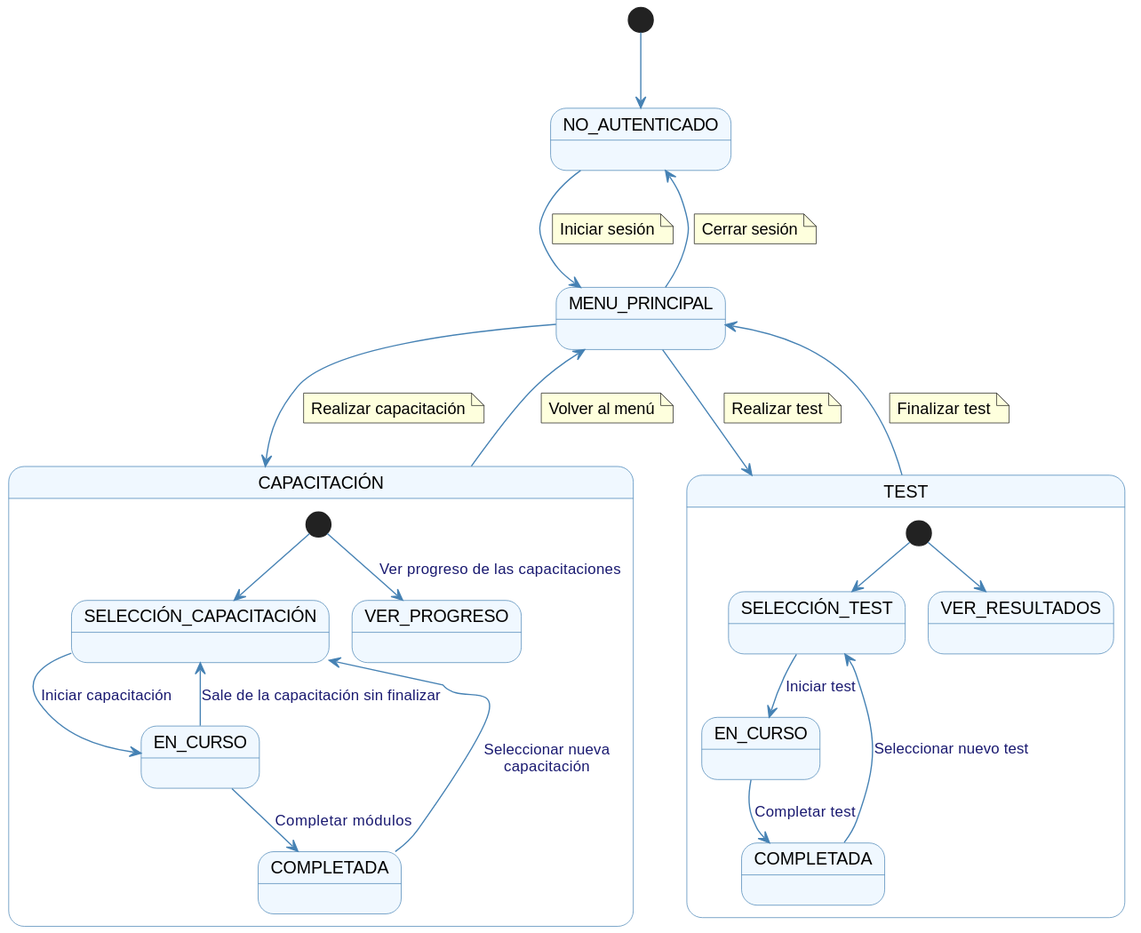
Above: documentos/imagenes/casos_de_uso/diagramas_contexto/diagrama_contexto_postulante.svg in Dievex/24-25-IdSw1-SDR (PlantUML), before the change. Its diagram source:
```plantuml
@startuml
skinparam {
    StateFontSize 14
    StateFontColor black
    StateBackgroundColor #f0f8ff
    StateBorderColor #4682b4
    ArrowColor #4682b4
    ArrowFontColor #191970
    ArrowFontSize 12
}

state "NO_AUTENTICADO" as NoAuth
state "MENU_PRINCIPAL" as Menu

state "CAPACITACIÓN" as Capacitacion {
    state "SELECCIÓN_CAPACITACIÓN" as SeleccionCap
    state "EN_CURSO" as EnCurso
    state "COMPLETADA" as Completada
    state "VER_PROGRESO" as VerProg

    [*] --> SeleccionCap
    [*] --> VerProg : Ver progreso de las capacitaciones
    SeleccionCap --> EnCurso : Iniciar capacitación
    EnCurso --> Completada : Completar módulos
    EnCurso --> SeleccionCap : Sale de la capacitación sin finalizar
    Completada --> SeleccionCap : Seleccionar nueva\ncapacitación
}

state "TEST" as Test {
    state "SELECCIÓN_TEST" as SeleccionTest
    state "EN_CURSO" as EnCursoTest
    state "COMPLETADA" as CompletadaTest
    state "VER_RESULTADOS" as VerRes

    [*] --> SeleccionTest
    [*] --> VerRes
    SeleccionTest --> EnCursoTest : Iniciar test
    EnCursoTest --> CompletadaTest : Completar test
    CompletadaTest --> SeleccionTest : Seleccionar nuevo test
}

[*] --> NoAuth

NoAuth --> Menu
    note on link
        Iniciar sesión
    end note

Menu --> NoAuth
    note on link
        Cerrar sesión
    end note

Menu --> Test
    note on link
        Realizar test
    end note

Menu --> Capacitacion
    note on link
        Realizar capacitación
    end note

Capacitacion --> Menu
    note on link
        Volver al menú
    end note

Test --> Menu
    note on link
        Finalizar test
    end note
@enduml
```
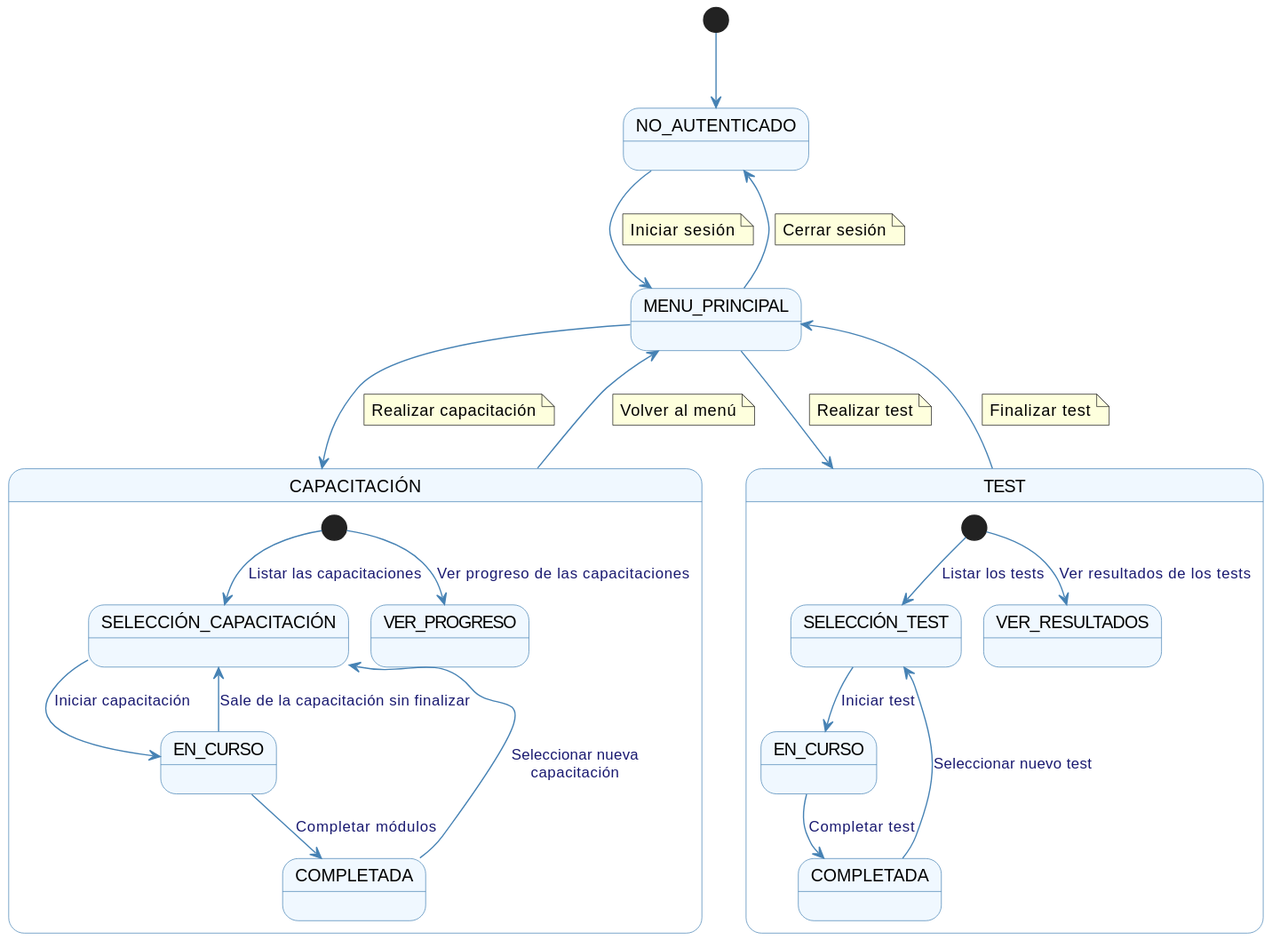
Later version of the same file.

Diff of the diagram source:
```diff
@@ -18,7 +18,7 @@
     state "COMPLETADA" as Completada
     state "VER_PROGRESO" as VerProg
 
-    [*] --> SeleccionCap
+    [*] --> SeleccionCap : Listar las capacitaciones
     [*] --> VerProg : Ver progreso de las capacitaciones
     SeleccionCap --> EnCurso : Iniciar capacitación
     EnCurso --> Completada : Completar módulos
@@ -32,8 +32,8 @@
     state "COMPLETADA" as CompletadaTest
     state "VER_RESULTADOS" as VerRes
 
-    [*] --> SeleccionTest
-    [*] --> VerRes
+    [*] --> SeleccionTest : Listar los tests
+    [*] --> VerRes : Ver resultados de los tests
     SeleccionTest --> EnCursoTest : Iniciar test
     EnCursoTest --> CompletadaTest : Completar test
     CompletadaTest --> SeleccionTest : Seleccionar nuevo test
```
